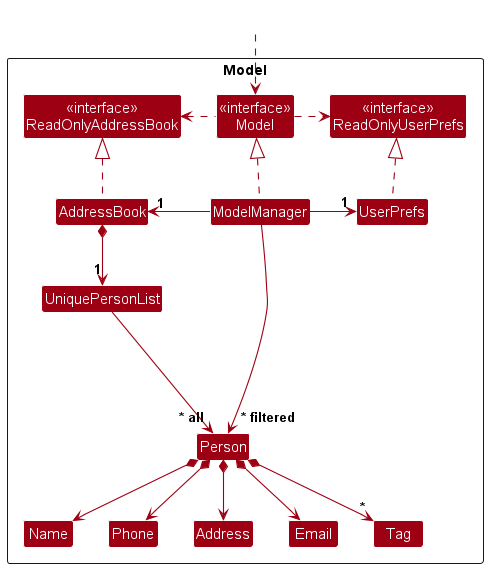
Earlier version of the PlantUML export docs/images/ModelClassDiagram.png (nus-cs2103-AY2425S1/tp). Source of this version:
```plantuml
@startuml
!include style.puml
skinparam arrowThickness 1.1
skinparam arrowColor MODEL_COLOR
skinparam classBackgroundColor MODEL_COLOR

Package Model as ModelPackage <<Rectangle>>{
Class "<<interface>>\nReadOnlyAddressBook" as ReadOnlyAddressBook
Class "<<interface>>\nReadOnlyUserPrefs" as ReadOnlyUserPrefs
Class "<<interface>>\nModel" as Model
Class AddressBook
Class ModelManager
Class UserPrefs

Class UniquePersonList
Class Person
Class Address
Class Email
Class Name
Class Phone
Class Tag

Class I #FFFFFF
}

Class HiddenOutside #FFFFFF
HiddenOutside ..> Model

AddressBook .up.|> ReadOnlyAddressBook

ModelManager .up.|> Model
Model .right.> ReadOnlyUserPrefs
Model .left.> ReadOnlyAddressBook
ModelManager -left-> "1" AddressBook
ModelManager -right-> "1" UserPrefs
UserPrefs .up.|> ReadOnlyUserPrefs

AddressBook *--> "1" UniquePersonList
UniquePersonList --> "~* all" Person
Person *--> Name
Person *--> Phone
Person *--> Email
Person *--> Address
Person *--> "*" Tag

Person -[hidden]up--> I
UniquePersonList -[hidden]right-> I

Name -[hidden]right-> Phone
Phone -[hidden]right-> Address
Address -[hidden]right-> Email

ModelManager --> "~* filtered" Person
@enduml
```
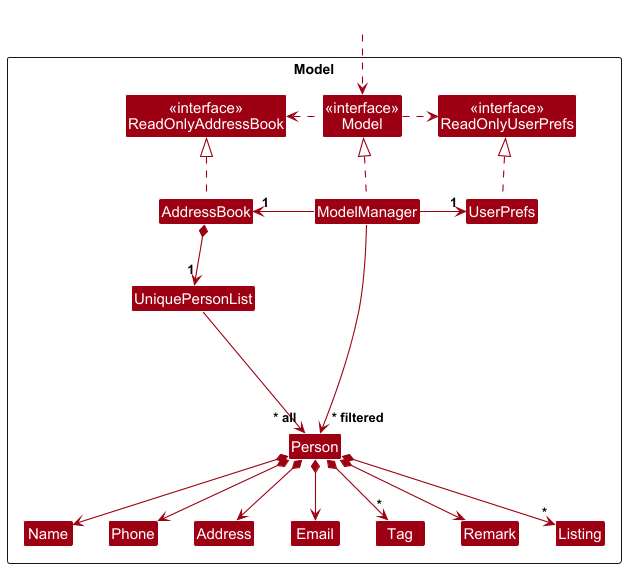
The same diagram one commit later.

Commit message:
Edit ModelClassDiagram to include Remark and Listing

Change to the diagram source:
```diff
@@ -19,6 +19,8 @@
 Class Name
 Class Phone
 Class Tag
+Class Remark
+Class Listing
 
 Class I #FFFFFF
 }
@@ -42,6 +44,8 @@
 Person *--> Email
 Person *--> Address
 Person *--> "*" Tag
+Person *--> Remark
+Person *--> "*" Listing
 
 Person -[hidden]up--> I
 UniquePersonList -[hidden]right-> I
```
